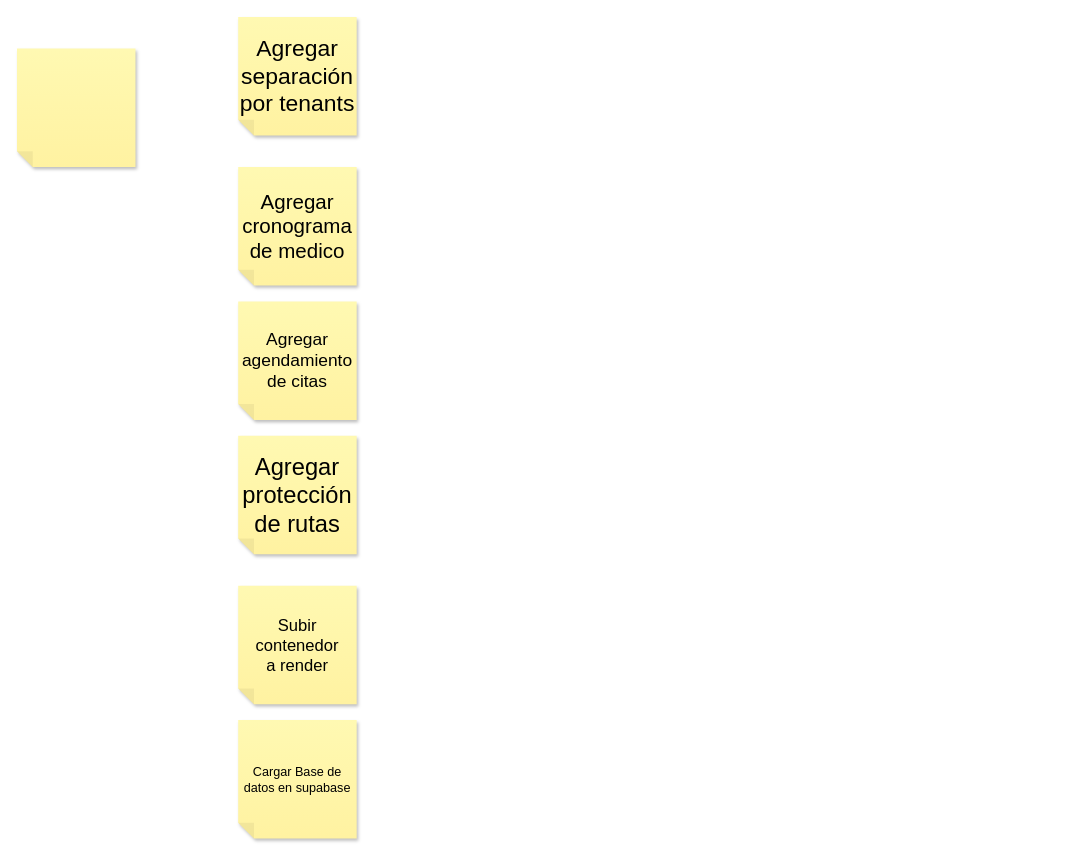
This is page "tasks" (4 of 4) of Proyecto_IPS_EPS.drawio from Ever-416/Diagrams, a draw.io file, before an edit. Source tidied: cells renumbered, new cells numbered last; positions are measured from the earlier drawing's top-left corner, leaving out a move shared by most shapes. Both pictures are drawn from the tidied source at 79%, with x=0, y=0 at pixel (17, 17).
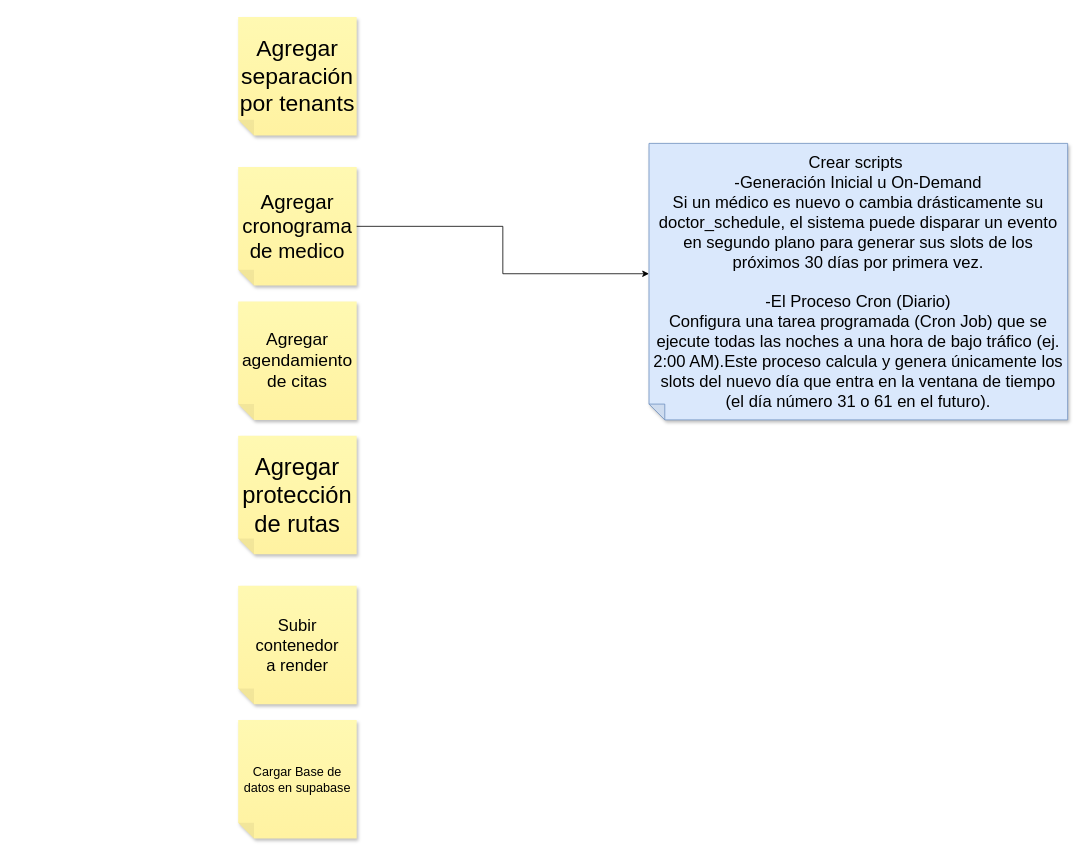
Above is the later version.

Diff of the diagram source:
```diff
@@
 <mxGraphModel>
   <root>
     <mxCell id="0" />
     <mxCell id="1" parent="0" />
-    <mxCell id="2" style="shape=note;whiteSpace=wrap;html=1;backgroundOutline=1;autosizeText=1;fontColor=#000000;darkOpacity=0.05;fillColor=#FFF9B2;strokeColor=none;fillStyle=solid;fontSize=20;direction=west;gradientDirection=north;gradientColor=#FFF2A1;shadow=1;size=20;" parent="1" vertex="1">
-      <mxGeometry y="40" width="150" height="150" as="geometry" />
+    <mxCell id="2" value="Crear scripts&amp;nbsp;&lt;br&gt;-Generación Inicial u On-Demand&lt;br&gt;Si un médico es nuevo o cambia drásticamente su doctor_schedule, el sistema puede disparar un evento en segundo plano para generar sus slots de los próximos 30 días por primera vez.&lt;br&gt;&lt;br&gt;-El Proceso Cron (Diario)&lt;br&gt;Configura una tarea programada (Cron Job) que se ejecute todas las noches a una hora de bajo tráfico (ej. 2:00 AM).Este proceso calcula y genera únicamente los slots del nuevo día que entra en la ventana de tiempo (el día número 31 o 61 en el futuro)." style="shape=note;whiteSpace=wrap;html=1;backgroundOutline=1;autosizeText=1;darkOpacity=0.05;fillColor=#dae8fc;strokeColor=#6c8ebf;fillStyle=solid;fontSize=21;direction=west;gradientDirection=north;shadow=1;size=20;align=center;" parent="1" vertex="1">
+      <mxGeometry x="800" y="160" width="530" height="350" as="geometry" />
     </mxCell>
     <mxCell id="3" value="Agregar protección de rutas" style="shape=note;whiteSpace=wrap;html=1;backgroundOutline=1;autosizeText=1;fontColor=#000000;darkOpacity=0.05;fillColor=#FFF9B2;strokeColor=none;fillStyle=solid;fontSize=30;direction=west;gradientDirection=north;gradientColor=#FFF2A1;shadow=1;size=20;" parent="1" vertex="1">
       <mxGeometry x="280" y="530" width="150" height="150" as="geometry" />
     </mxCell>
     <mxCell id="4" value="Agregar separación por tenants" style="shape=note;whiteSpace=wrap;html=1;backgroundOutline=1;autosizeText=1;fontColor=#000000;darkOpacity=0.05;fillColor=#FFF9B2;strokeColor=none;fillStyle=solid;fontSize=29;direction=west;gradientDirection=north;gradientColor=#FFF2A1;shadow=1;size=20;" parent="1" vertex="1">
       <mxGeometry x="280" width="150" height="150" as="geometry" />
     </mxCell>
     <mxCell id="5" value="Agregar agendamiento de citas" style="shape=note;whiteSpace=wrap;html=1;backgroundOutline=1;autosizeText=1;fontColor=#000000;darkOpacity=0.05;fillColor=#FFF9B2;strokeColor=none;fillStyle=solid;fontSize=22;direction=west;gradientDirection=north;gradientColor=#FFF2A1;shadow=1;size=20;" parent="1" vertex="1">
       <mxGeometry x="280" y="360" width="150" height="150" as="geometry" />
     </mxCell>
     <mxCell id="6" value="Agregar cronograma de medico" style="shape=note;whiteSpace=wrap;html=1;backgroundOutline=1;autosizeText=1;fontColor=#000000;darkOpacity=0.05;fillColor=#FFF9B2;strokeColor=none;fillStyle=solid;fontSize=26;direction=west;gradientDirection=north;gradientColor=#FFF2A1;shadow=1;size=20;" parent="1" vertex="1">
       <mxGeometry x="280" y="190" width="150" height="150" as="geometry" />
     </mxCell>
     <mxCell id="7" value="Subir contenedor a&amp;nbsp;render" style="shape=note;whiteSpace=wrap;html=1;backgroundOutline=1;autosizeText=1;fontColor=#000000;darkOpacity=0.05;fillColor=#FFF9B2;strokeColor=none;fillStyle=solid;fontSize=21;direction=west;gradientDirection=north;gradientColor=#FFF2A1;shadow=1;size=20;" parent="1" vertex="1">
       <mxGeometry x="280" y="720" width="150" height="150" as="geometry" />
     </mxCell>
     <mxCell id="8" value="Cargar Base de datos en&amp;nbsp;supabase" style="shape=note;whiteSpace=wrap;html=1;backgroundOutline=1;autosizeText=1;fontColor=#000000;darkOpacity=0.05;fillColor=#FFF9B2;strokeColor=none;fillStyle=solid;fontSize=16;direction=west;gradientDirection=north;gradientColor=#FFF2A1;shadow=1;size=20;" parent="1" vertex="1">
       <mxGeometry x="280" y="890" width="150" height="150" as="geometry" />
     </mxCell>
+    <mxCell id="9" style="edgeStyle=orthogonalEdgeStyle;rounded=0;jettySize=auto;html=1;entryX=0;entryY=0;entryDx=530;entryDy=185;entryPerimeter=0;" parent="1" edge="1" source="6" target="2">
+      <mxGeometry relative="1" as="geometry" />
+    </mxCell>
   </root>
 </mxGraphModel>
```
